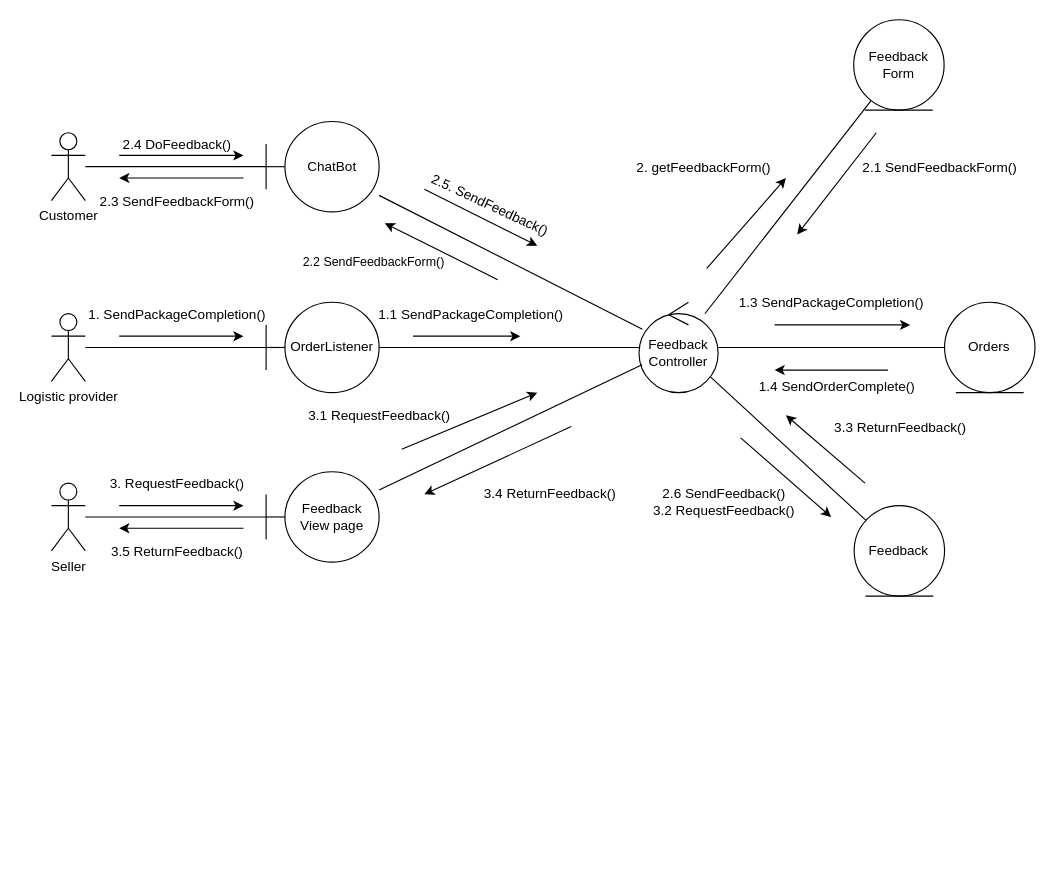
Before: page "Collab" (2 of 3) of Feedbacks and Reviews.drawio in munkeawtoast/isad-diagrams, a draw.io diagram. Source tidied: cells renumbered, new cells numbered last; positions are measured from the earlier drawing's top-left corner, leaving out a move shared by most shapes. Both pictures are drawn from the tidied source at 113%, with x=0, y=0 at pixel (51, 19).
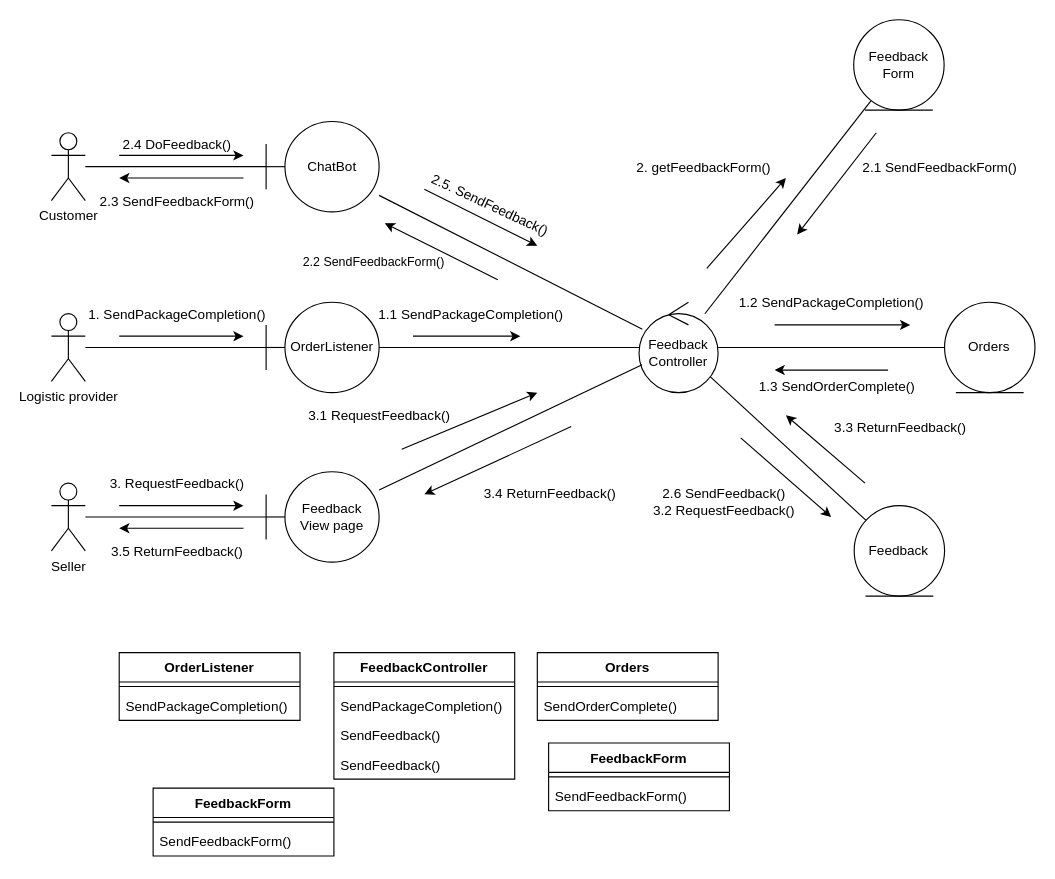
The same page after the edit.

The change refers to these unchanged cells:
```xml
<mxCell id="31" style="endArrow=none;html=1;endFill=0;startArrow=classic;startFill=1;" parent="1" edge="1">
  <mxGeometry relative="1" as="geometry">
    <mxPoint x="640" y="310" as="sourcePoint" />
    <mxPoint x="740.4" y="310" as="targetPoint" />
  </mxGeometry>
</mxCell>
<mxCell id="49" style="endArrow=classic;html=1;endFill=1;" parent="1" edge="1">
  <mxGeometry relative="1" as="geometry">
    <mxPoint x="640" y="270" as="sourcePoint" />
    <mxPoint x="760" y="270" as="targetPoint" />
  </mxGeometry>
</mxCell>
```

What changed in the source:
```diff
@@
-    <mxCell id="32" value="1.4 SendOrderComplete()" style="edgeLabel;html=1;align=center;verticalAlign=middle;rotation=0;fontSize=12;" parent="31" vertex="1">
+    <mxCell id="32" value="1.3 SendOrderComplete()" style="edgeLabel;html=1;align=center;verticalAlign=middle;rotation=0;fontSize=12;" parent="31" vertex="1">
       <mxGeometry x="0.42" y="-3" relative="1" as="geometry">
         <mxPoint x="-17" y="11" as="offset" />
       </mxGeometry>
     </mxCell>
@@
-    <mxCell id="50" value="1.3 SendPackageCompletion()" style="edgeLabel;html=1;align=center;verticalAlign=middle;rotation=0;fontSize=12;" parent="49" vertex="1">
+    <mxCell id="50" value="1.2 SendPackageCompletion()" style="edgeLabel;html=1;align=center;verticalAlign=middle;rotation=0;fontSize=12;" parent="49" vertex="1">
       <mxGeometry x="0.42" y="-3" relative="1" as="geometry">
         <mxPoint x="-36" y="-23" as="offset" />
       </mxGeometry>
     </mxCell>
@@
+    <mxCell id="53" value="OrderListener" style="swimlane;fontStyle=1;align=center;verticalAlign=top;horizontal=1;startSize=26;" parent="1" vertex="1">
+      <mxGeometry x="60" y="560" width="160" height="60" as="geometry" />
+    </mxCell>
+    <mxCell id="54" style="line;strokeWidth=1;fillColor=none;align=left;verticalAlign=middle;spacingTop=-1;spacingLeft=3;spacingRight=3;labelPosition=right;strokeColor=inherit;" parent="53" vertex="1">
+      <mxGeometry y="26" width="160" height="8" as="geometry" />
+    </mxCell>
+    <mxCell id="55" value="SendPackageCompletion()" style="text;strokeColor=none;fillColor=none;align=left;verticalAlign=top;spacingLeft=4;spacingRight=4;overflow=hidden;" parent="53" vertex="1">
+      <mxGeometry y="34" width="160" height="26" as="geometry" />
+    </mxCell>
+    <mxCell id="56" value="FeedbackController" style="swimlane;fontStyle=1;align=center;verticalAlign=top;horizontal=1;startSize=26;" parent="1" vertex="1">
+      <mxGeometry x="250" y="560" width="160" height="112" as="geometry" />
+    </mxCell>
+    <mxCell id="57" style="line;strokeWidth=1;fillColor=none;align=left;verticalAlign=middle;spacingTop=-1;spacingLeft=3;spacingRight=3;labelPosition=right;strokeColor=inherit;" parent="56" vertex="1">
+      <mxGeometry y="26" width="160" height="8" as="geometry" />
+    </mxCell>
+    <mxCell id="58" value="SendPackageCompletion()" style="text;strokeColor=none;fillColor=none;align=left;verticalAlign=top;spacingLeft=4;spacingRight=4;overflow=hidden;" parent="56" vertex="1">
+      <mxGeometry y="34" width="160" height="26" as="geometry" />
+    </mxCell>
+    <mxCell id="59" value="SendFeedback()" style="text;strokeColor=none;fillColor=none;align=left;verticalAlign=top;spacingLeft=4;spacingRight=4;overflow=hidden;" parent="56" vertex="1">
+      <mxGeometry y="60" width="160" height="26" as="geometry" />
+    </mxCell>
+    <mxCell id="60" value="SendFeedback()" style="text;strokeColor=none;fillColor=none;align=left;verticalAlign=top;spacingLeft=4;spacingRight=4;overflow=hidden;" parent="56" vertex="1">
+      <mxGeometry y="86" width="160" height="26" as="geometry" />
+    </mxCell>
+    <mxCell id="61" value="Orders" style="swimlane;fontStyle=1;align=center;verticalAlign=top;horizontal=1;startSize=26;" parent="1" vertex="1">
+      <mxGeometry x="430" y="560" width="160" height="60" as="geometry" />
+    </mxCell>
+    <mxCell id="62" style="line;strokeWidth=1;fillColor=none;align=left;verticalAlign=middle;spacingTop=-1;spacingLeft=3;spacingRight=3;labelPosition=right;strokeColor=inherit;" parent="61" vertex="1">
+      <mxGeometry y="26" width="160" height="8" as="geometry" />
+    </mxCell>
+    <mxCell id="63" value="SendOrderComplete()" style="text;strokeColor=none;fillColor=none;align=left;verticalAlign=top;spacingLeft=4;spacingRight=4;overflow=hidden;" parent="61" vertex="1">
+      <mxGeometry y="34" width="160" height="26" as="geometry" />
+    </mxCell>
+    <mxCell id="64" value="FeedbackForm" style="swimlane;fontStyle=1;align=center;verticalAlign=top;horizontal=1;startSize=26;" parent="1" vertex="1">
+      <mxGeometry x="90" y="680" width="160" height="60" as="geometry" />
+    </mxCell>
+    <mxCell id="65" style="line;strokeWidth=1;fillColor=none;align=left;verticalAlign=middle;spacingTop=-1;spacingLeft=3;spacingRight=3;labelPosition=right;strokeColor=inherit;" parent="64" vertex="1">
+      <mxGeometry y="26" width="160" height="8" as="geometry" />
+    </mxCell>
+    <mxCell id="66" value="SendFeedbackForm()" style="text;strokeColor=none;fillColor=none;align=left;verticalAlign=top;spacingLeft=4;spacingRight=4;overflow=hidden;" parent="64" vertex="1">
+      <mxGeometry y="34" width="160" height="26" as="geometry" />
+    </mxCell>
+    <mxCell id="67" value="FeedbackForm" style="swimlane;fontStyle=1;align=center;verticalAlign=top;horizontal=1;startSize=26;" parent="1" vertex="1">
+      <mxGeometry x="440" y="640" width="160" height="60" as="geometry" />
+    </mxCell>
+    <mxCell id="68" style="line;strokeWidth=1;fillColor=none;align=left;verticalAlign=middle;spacingTop=-1;spacingLeft=3;spacingRight=3;labelPosition=right;strokeColor=inherit;" parent="67" vertex="1">
+      <mxGeometry y="26" width="160" height="8" as="geometry" />
+    </mxCell>
+    <mxCell id="69" value="SendFeedbackForm()" style="text;strokeColor=none;fillColor=none;align=left;verticalAlign=top;spacingLeft=4;spacingRight=4;overflow=hidden;" parent="67" vertex="1">
+      <mxGeometry y="34" width="160" height="26" as="geometry" />
+    </mxCell>
```
